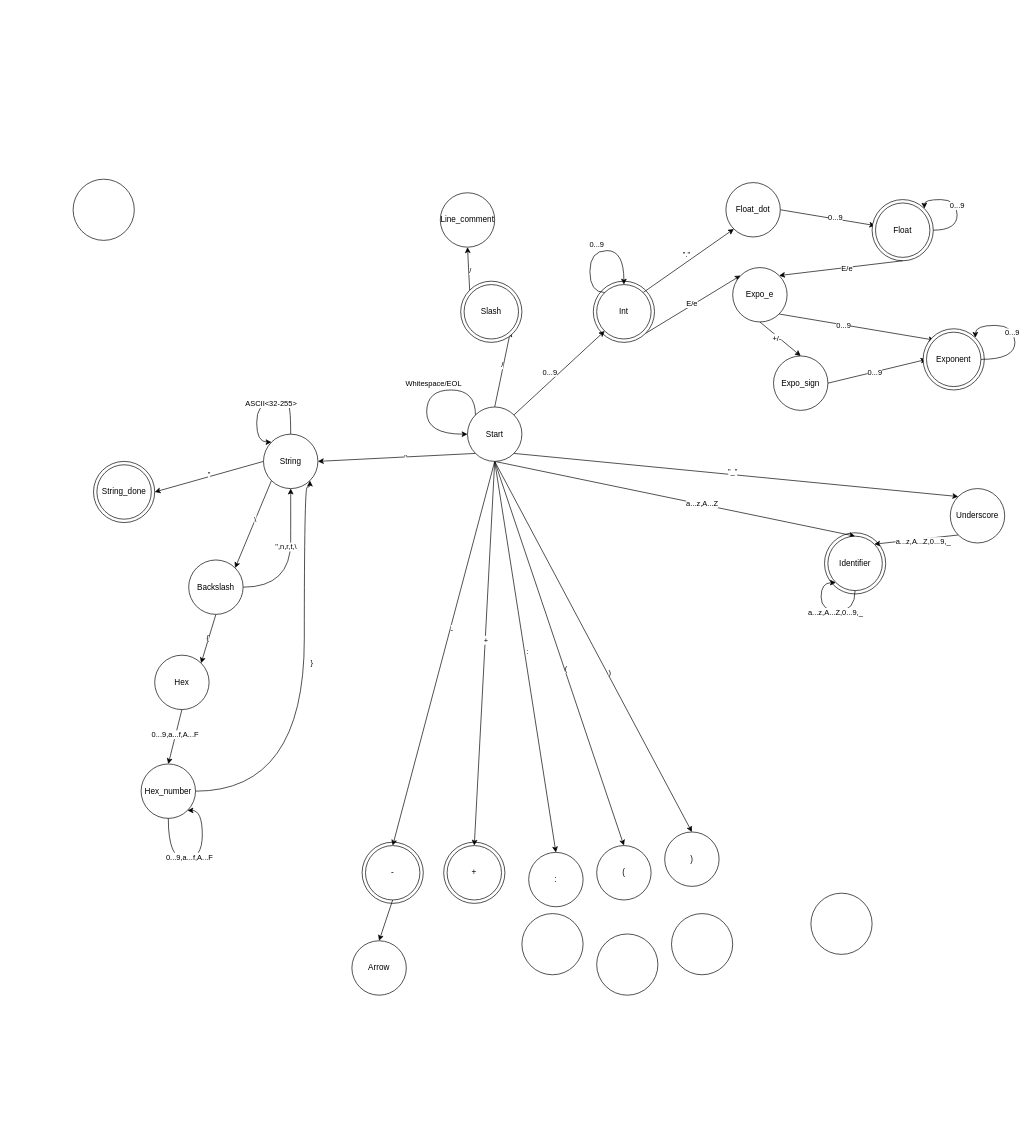
Earlier version of the draw.io diagram scanner-FSM.drawio (suchnamemuchuser/ifj_own). Source tidied: cells renumbered, new cells numbered last; positions are measured from the earlier drawing's top-left corner, leaving out a move shared by most shapes. Both pictures are drawn from the tidied source at 68%, with x=0, y=0 at pixel (73, 179).
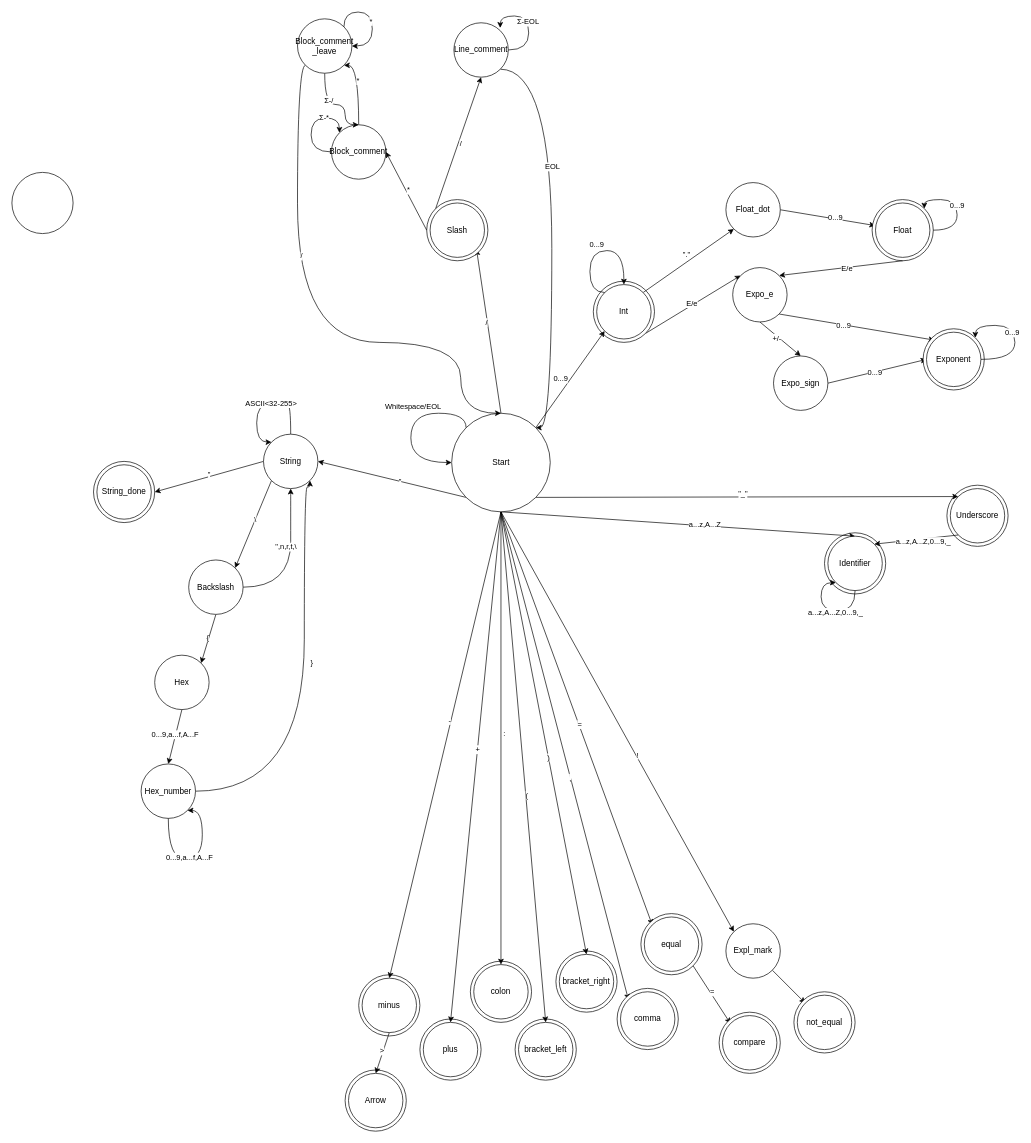
After the change.

Unchanged cells that the change refers to:
```xml
<mxCell id="19" style="rounded=0;jettySize=auto;html=1;exitX=0.5;exitY=1;exitDx=0;exitDy=0;entryX=0.5;entryY=0;entryDx=0;entryDy=0;" parent="1" edge="1" source="29" target="98">
  <mxGeometry relative="1" as="geometry" />
</mxCell>
<mxCell id="23" style="rounded=0;jettySize=auto;html=1;exitX=0.5;exitY=1;exitDx=0;exitDy=0;entryX=0.5;entryY=0;entryDx=0;entryDy=0;" parent="1" edge="1" source="29" target="94">
  <mxGeometry relative="1" as="geometry" />
</mxCell>
<mxCell id="25" style="rounded=0;jettySize=auto;html=1;exitX=0.5;exitY=1;exitDx=0;exitDy=0;entryX=0.5;entryY=0;entryDx=0;entryDy=0;" parent="1" edge="1" source="29" target="95">
  <mxGeometry relative="1" as="geometry" />
</mxCell>
<mxCell id="27" style="rounded=0;jettySize=auto;html=1;exitX=0.5;exitY=1;exitDx=0;exitDy=0;entryX=0.5;entryY=0;entryDx=0;entryDy=0;" parent="1" edge="1" source="29" target="96">
  <mxGeometry relative="1" as="geometry" />
</mxCell>
<mxCell id="89" style="ellipse;whiteSpace=wrap;html=1;" parent="88" vertex="1">
  <mxGeometry width="90" height="90" as="geometry" />
</mxCell>
<mxCell id="97" style="rounded=0;jettySize=auto;html=1;exitX=0.5;exitY=1;exitDx=0;exitDy=0;entryX=0.5;entryY=0;entryDx=0;entryDy=0;" parent="1" edge="1" source="98" target="100">
  <mxGeometry relative="1" as="geometry" />
</mxCell>
```

Change to the diagram source:
```diff
@@
+    <mxCell id="105" style="ellipse;whiteSpace=wrap;html=1;" parent="1" vertex="1">
+      <mxGeometry x="1285" y="450" width="90" height="90" as="geometry" />
+    </mxCell>
+    <mxCell id="101" style="ellipse;whiteSpace=wrap;html=1;" parent="1" vertex="1">
+      <mxGeometry x="400" y="1310" width="90" height="90" as="geometry" />
+    </mxCell>
+    <mxCell id="103" style="ellipse;whiteSpace=wrap;html=1;" parent="1" vertex="1">
+      <mxGeometry x="710" y="1135" width="90" height="90" as="geometry" />
+    </mxCell>
+    <mxCell id="104" style="ellipse;whiteSpace=wrap;html=1;" parent="1" vertex="1">
+      <mxGeometry x="650" y="1235" width="90" height="90" as="geometry" />
+    </mxCell>
+    <mxCell id="102" style="ellipse;whiteSpace=wrap;html=1;" parent="1" vertex="1">
+      <mxGeometry x="584.2" y="1150" width="90" height="90" as="geometry" />
+    </mxCell>
     <mxCell id="2" style="ellipse;whiteSpace=wrap;html=1;" parent="1" vertex="1">
-      <mxGeometry x="545" y="975" width="90" height="90" as="geometry" />
+      <mxGeometry x="510" y="1235" width="90" height="90" as="geometry" />
     </mxCell>
     <mxCell id="3" style="ellipse;whiteSpace=wrap;html=1;" parent="1" vertex="1">
-      <mxGeometry x="425" y="975" width="90" height="90" as="geometry" />
+      <mxGeometry x="420" y="1170" width="90" height="90" as="geometry" />
     </mxCell>
@@
     <mxCell id="5" style="ellipse;whiteSpace=wrap;html=1;" parent="1" vertex="1">
-      <mxGeometry width="90" height="90" as="geometry" />
+      <mxGeometry x="-90" y="-10" width="90" height="90" as="geometry" />
     </mxCell>
@@
     <mxCell id="20" value="-" style="edgeLabel;html=1;align=center;verticalAlign=middle;" parent="19" vertex="1">
-      <mxGeometry x="-0.13" y="2" relative="1" as="geometry" />
+      <mxGeometry x="-0.13" y="2" relative="1" as="geometry">
+        <mxPoint x="-6" y="7" as="offset" />
+      </mxGeometry>
     </mxCell>
@@
     <mxCell id="24" value=":" style="edgeLabel;html=1;align=center;verticalAlign=middle;" parent="23" vertex="1">
       <mxGeometry x="-0.08" y="-3" relative="1" as="geometry">
-        <mxPoint x="9" y="14" as="offset" />
+        <mxPoint x="7" y="20" as="offset" />
       </mxGeometry>
     </mxCell>
@@
     <mxCell id="26" value="(" style="edgeLabel;html=1;align=center;verticalAlign=middle;" parent="25" vertex="1">
-      <mxGeometry x="0.08" y="2" relative="1" as="geometry" />
+      <mxGeometry x="0.08" y="2" relative="1" as="geometry">
+        <mxPoint y="11" as="offset" />
+      </mxGeometry>
     </mxCell>
+    <mxCell id="106" style="rounded=0;jettySize=auto;html=1;exitX=0.5;exitY=1;exitDx=0;exitDy=0;entryX=0;entryY=0;entryDx=0;entryDy=0;" parent="1" edge="1" source="29" target="132">
+      <mxGeometry relative="1" as="geometry" />
+    </mxCell>
+    <mxCell id="107" value="," style="edgeLabel;html=1;align=center;verticalAlign=middle;" parent="106" vertex="1">
+      <mxGeometry x="0.09" y="-1" relative="1" as="geometry" />
+    </mxCell>
+    <mxCell id="108" style="rounded=0;jettySize=auto;html=1;exitX=0.5;exitY=1;exitDx=0;exitDy=0;entryX=0;entryY=0;entryDx=0;entryDy=0;" parent="1" edge="1" source="29" target="136">
+      <mxGeometry relative="1" as="geometry" />
+    </mxCell>
+    <mxCell id="109" value="=" style="edgeLabel;html=1;align=center;verticalAlign=middle;" parent="108" vertex="1">
+      <mxGeometry x="0.03" y="1" relative="1" as="geometry" />
+    </mxCell>
@@
     <mxCell id="28" value=")" style="edgeLabel;html=1;align=center;verticalAlign=middle;" parent="27" vertex="1">
-      <mxGeometry x="0.14" y="2" relative="1" as="geometry">
-        <mxPoint x="1" as="offset" />
-      </mxGeometry>
+      <mxGeometry x="0.11" y="-1" relative="1" as="geometry" />
     </mxCell>
+    <mxCell id="110" style="rounded=0;jettySize=auto;html=1;exitX=0.5;exitY=1;exitDx=0;exitDy=0;entryX=0;entryY=0;entryDx=0;entryDy=0;" parent="1" edge="1" source="29" target="140">
+      <mxGeometry relative="1" as="geometry" />
+    </mxCell>
+    <mxCell id="111" value="!" style="edgeLabel;html=1;align=center;verticalAlign=middle;" parent="110" vertex="1">
+      <mxGeometry x="0.16" y="2" relative="1" as="geometry" />
+    </mxCell>
     <mxCell id="29" value="Start" style="ellipse;whiteSpace=wrap;html=1;" parent="1" vertex="1">
-      <mxGeometry x="580" y="335" width="80" height="80" as="geometry" />
+      <mxGeometry x="556.7" y="344.2" width="145" height="145" as="geometry" />
     </mxCell>
@@
     <mxCell id="50" style="edgeStyle=orthogonalEdgeStyle;rounded=0;orthogonalLoop=1;jettySize=auto;html=1;exitX=0;exitY=0;exitDx=0;exitDy=0;entryX=0;entryY=0.5;entryDx=0;entryDy=0;curved=1;" parent="1" edge="1" source="29" target="29">
       <mxGeometry relative="1" as="geometry">
         <Array as="points">
-          <mxPoint x="592" y="310" />
-          <mxPoint x="520" y="310" />
-          <mxPoint x="520" y="375" />
+          <mxPoint x="577.7" y="344.2" />
+          <mxPoint x="496.7" y="344.2" />
+          <mxPoint x="496.7" y="417.2" />
         </Array>
       </mxGeometry>
     </mxCell>
@@
     <mxCell id="88" style="group;" parent="1" vertex="1">
-      <mxGeometry x="570" y="150" width="90" height="90" as="geometry" />
+      <mxGeometry x="520" y="30" width="90" height="90" as="geometry" />
     </mxCell>
@@
+    <mxCell id="112" style="edgeStyle=orthogonalEdgeStyle;rounded=0;jettySize=auto;html=1;exitX=1;exitY=1;exitDx=0;exitDy=0;entryX=1;entryY=0;entryDx=0;entryDy=0;curved=1;" parent="1" edge="1" source="91" target="29">
+      <mxGeometry relative="1" as="geometry">
+        <Array as="points">
+          <mxPoint x="704" y="-162" />
+        </Array>
+      </mxGeometry>
+    </mxCell>
+    <mxCell id="113" value="EOL" style="edgeLabel;html=1;align=center;verticalAlign=middle;" parent="112" vertex="1">
+      <mxGeometry x="-0.3" relative="1" as="geometry" />
+    </mxCell>
     <mxCell id="91" value="Line_comment" style="ellipse;whiteSpace=wrap;html=1;" parent="1" vertex="1">
-      <mxGeometry x="540" y="20" width="80" height="80" as="geometry" />
+      <mxGeometry x="560" y="-230" width="80" height="80" as="geometry" />
     </mxCell>
@@
-    <mxCell id="94" value=":" style="ellipse;whiteSpace=wrap;html=1;" parent="1" vertex="1">
-      <mxGeometry x="670" y="990" width="80" height="80" as="geometry" />
+    <mxCell id="94" value="colon" style="ellipse;whiteSpace=wrap;html=1;" parent="1" vertex="1">
+      <mxGeometry x="589.2" y="1155" width="80" height="80" as="geometry" />
     </mxCell>
-    <mxCell id="95" value="(" style="ellipse;whiteSpace=wrap;html=1;" parent="1" vertex="1">
-      <mxGeometry x="770" y="980" width="80" height="80" as="geometry" />
+    <mxCell id="95" value="bracket_left" style="ellipse;whiteSpace=wrap;html=1;" parent="1" vertex="1">
+      <mxGeometry x="655" y="1240" width="80" height="80" as="geometry" />
     </mxCell>
-    <mxCell id="96" value=")" style="ellipse;whiteSpace=wrap;html=1;" parent="1" vertex="1">
-      <mxGeometry x="870" y="960" width="80" height="80" as="geometry" />
+    <mxCell id="96" value="bracket_right" style="ellipse;whiteSpace=wrap;html=1;" parent="1" vertex="1">
+      <mxGeometry x="715" y="1140" width="80" height="80" as="geometry" />
     </mxCell>
@@
+    <mxCell id="114" value="&amp;gt;" style="edgeLabel;html=1;align=center;verticalAlign=middle;" parent="97" vertex="1">
+      <mxGeometry x="-0.09" y="-2" relative="1" as="geometry" />
+    </mxCell>
-    <mxCell id="98" value="-" style="ellipse;whiteSpace=wrap;html=1;" parent="1" vertex="1">
-      <mxGeometry x="430" y="980" width="80" height="80" as="geometry" />
+    <mxCell id="98" value="minus" style="ellipse;whiteSpace=wrap;html=1;" parent="1" vertex="1">
+      <mxGeometry x="425" y="1175" width="80" height="80" as="geometry" />
     </mxCell>
-    <mxCell id="99" value="+" style="ellipse;whiteSpace=wrap;html=1;" parent="1" vertex="1">
-      <mxGeometry x="550" y="980" width="80" height="80" as="geometry" />
+    <mxCell id="99" value="plus" style="ellipse;whiteSpace=wrap;html=1;" parent="1" vertex="1">
+      <mxGeometry x="515" y="1240" width="80" height="80" as="geometry" />
     </mxCell>
     <mxCell id="100" value="Arrow" style="ellipse;whiteSpace=wrap;html=1;" parent="1" vertex="1">
-      <mxGeometry x="410" y="1120" width="80" height="80" as="geometry" />
+      <mxGeometry x="405" y="1315" width="80" height="80" as="geometry" />
     </mxCell>
-    <mxCell id="101" style="ellipse;whiteSpace=wrap;html=1;" parent="1" vertex="1">
-      <mxGeometry x="1085" y="1050" width="90" height="90" as="geometry" />
-    </mxCell>
-    <mxCell id="102" style="ellipse;whiteSpace=wrap;html=1;" parent="1" vertex="1">
-      <mxGeometry x="660" y="1080" width="90" height="90" as="geometry" />
-    </mxCell>
-    <mxCell id="103" style="ellipse;whiteSpace=wrap;html=1;" parent="1" vertex="1">
-      <mxGeometry x="880" y="1080" width="90" height="90" as="geometry" />
-    </mxCell>
-    <mxCell id="104" style="ellipse;whiteSpace=wrap;html=1;" parent="1" vertex="1">
-      <mxGeometry x="770" y="1110" width="90" height="90" as="geometry" />
-    </mxCell>
+    <mxCell id="115" style="edgeStyle=orthogonalEdgeStyle;rounded=0;orthogonalLoop=1;jettySize=auto;html=1;exitX=1;exitY=0.5;exitDx=0;exitDy=0;entryX=0.851;entryY=0.094;entryDx=0;entryDy=0;entryPerimeter=0;curved=1;" parent="1" edge="1" source="91" target="91">
+      <mxGeometry relative="1" as="geometry">
+        <Array as="points">
+          <mxPoint x="670" y="-190" />
+          <mxPoint x="670" y="-240" />
+          <mxPoint x="628" y="-240" />
+        </Array>
+      </mxGeometry>
+    </mxCell>
+    <mxCell id="116" value="Σ-EOL" style="edgeLabel;html=1;align=center;verticalAlign=middle;" parent="115" vertex="1">
+      <mxGeometry x="0.03" y="2" relative="1" as="geometry" />
+    </mxCell>
+    <mxCell id="117" style="rounded=0;jettySize=auto;html=1;exitX=0.5;exitY=0;exitDx=0;exitDy=0;entryX=1;entryY=1;entryDx=0;entryDy=0;edgeStyle=orthogonalEdgeStyle;curved=1;" parent="1" edge="1" source="119" target="126">
+      <mxGeometry relative="1" as="geometry">
+        <Array as="points">
+          <mxPoint x="420" y="-168" />
+        </Array>
+      </mxGeometry>
+    </mxCell>
+    <mxCell id="118" value="*" style="edgeLabel;html=1;align=center;verticalAlign=middle;" parent="117" vertex="1">
+      <mxGeometry x="0.2" y="2" relative="1" as="geometry" />
+    </mxCell>
+    <mxCell id="119" value="Block_comment" style="ellipse;whiteSpace=wrap;html=1;" parent="1" vertex="1">
+      <mxGeometry x="380" y="-80" width="80" height="80" as="geometry" />
+    </mxCell>
+    <mxCell id="120" style="rounded=0;jettySize=auto;html=1;exitX=0;exitY=0.5;exitDx=0;exitDy=0;entryX=1;entryY=0.5;entryDx=0;entryDy=0;" parent="1" edge="1" source="89" target="119">
+      <mxGeometry relative="1" as="geometry" />
+    </mxCell>
+    <mxCell id="121" value="*" style="edgeLabel;html=1;align=center;verticalAlign=middle;" parent="120" vertex="1">
+      <mxGeometry y="-3" relative="1" as="geometry" />
+    </mxCell>
+    <mxCell id="122" style="edgeStyle=orthogonalEdgeStyle;rounded=0;jettySize=auto;html=1;exitX=0.5;exitY=1;exitDx=0;exitDy=0;entryX=0.5;entryY=0;entryDx=0;entryDy=0;curved=1;" parent="1" edge="1" source="126" target="119">
+      <mxGeometry relative="1" as="geometry">
+        <Array as="points">
+          <mxPoint x="370" y="-110" />
+          <mxPoint x="400" y="-110" />
+          <mxPoint x="400" y="-80" />
+        </Array>
+      </mxGeometry>
+    </mxCell>
+    <mxCell id="123" value="Σ-/" style="edgeLabel;html=1;align=center;verticalAlign=middle;" parent="122" vertex="1">
+      <mxGeometry x="-0.38" y="5" relative="1" as="geometry" />
+    </mxCell>
+    <mxCell id="124" style="edgeStyle=orthogonalEdgeStyle;rounded=0;jettySize=auto;html=1;exitX=0;exitY=1;exitDx=0;exitDy=0;entryX=0.5;entryY=0;entryDx=0;entryDy=0;curved=1;" parent="1" edge="1" source="126" target="29">
+      <mxGeometry relative="1" as="geometry">
+        <Array as="points">
+          <mxPoint x="330" y="-168" />
+          <mxPoint x="330" y="240" />
+          <mxPoint x="570" y="240" />
+          <mxPoint x="570" y="344" />
+        </Array>
+      </mxGeometry>
+    </mxCell>
+    <mxCell id="125" value="/" style="edgeLabel;html=1;align=center;verticalAlign=middle;" parent="124" vertex="1">
+      <mxGeometry x="-0.29" y="5" relative="1" as="geometry" />
+    </mxCell>
+    <mxCell id="126" value="Block_comment&lt;br&gt;_leave" style="ellipse;whiteSpace=wrap;html=1;" parent="1" vertex="1">
+      <mxGeometry x="330" y="-235.8" width="80" height="80" as="geometry" />
+    </mxCell>
+    <mxCell id="127" style="edgeStyle=orthogonalEdgeStyle;rounded=0;orthogonalLoop=1;jettySize=auto;html=1;exitX=0;exitY=0.5;exitDx=0;exitDy=0;entryX=0;entryY=0;entryDx=0;entryDy=0;curved=1;" parent="1" edge="1" source="119" target="119">
+      <mxGeometry relative="1" as="geometry">
+        <Array as="points">
+          <mxPoint x="350" y="-40" />
+          <mxPoint x="350" y="-90" />
+          <mxPoint x="392" y="-90" />
+        </Array>
+      </mxGeometry>
+    </mxCell>
+    <mxCell id="128" value="Σ-*" style="edgeLabel;html=1;align=center;verticalAlign=middle;" parent="127" vertex="1">
+      <mxGeometry x="0.36" y="1" relative="1" as="geometry" />
+    </mxCell>
+    <mxCell id="129" style="edgeStyle=orthogonalEdgeStyle;rounded=0;orthogonalLoop=1;jettySize=auto;html=1;exitX=1;exitY=0;exitDx=0;exitDy=0;entryX=1;entryY=0.5;entryDx=0;entryDy=0;curved=1;" parent="1" edge="1" source="126" target="126">
+      <mxGeometry relative="1" as="geometry">
+        <Array as="points">
+          <mxPoint x="398" y="-245.8" />
+          <mxPoint x="440" y="-245.8" />
+          <mxPoint x="440" y="-195.8" />
+        </Array>
+      </mxGeometry>
+    </mxCell>
+    <mxCell id="130" value="*" style="edgeLabel;html=1;align=center;verticalAlign=middle;" parent="129" vertex="1">
+      <mxGeometry x="0.08" y="-3" relative="1" as="geometry" />
+    </mxCell>
+    <mxCell id="131" style="ellipse;whiteSpace=wrap;html=1;" parent="1" vertex="1">
+      <mxGeometry x="800" y="1190" width="90" height="90" as="geometry" />
+    </mxCell>
+    <mxCell id="132" value="comma" style="ellipse;whiteSpace=wrap;html=1;" parent="1" vertex="1">
+      <mxGeometry x="805" y="1195" width="80" height="80" as="geometry" />
+    </mxCell>
+    <mxCell id="133" style="rounded=0;jettySize=auto;html=1;exitX=1;exitY=1;exitDx=0;exitDy=0;entryX=0;entryY=0;entryDx=0;entryDy=0;" parent="1" edge="1" source="135" target="138">
+      <mxGeometry relative="1" as="geometry" />
+    </mxCell>
+    <mxCell id="134" value="=" style="edgeLabel;html=1;align=center;verticalAlign=middle;" parent="133" vertex="1">
+      <mxGeometry x="-0.07" y="3" relative="1" as="geometry" />
+    </mxCell>
+    <mxCell id="135" style="ellipse;whiteSpace=wrap;html=1;" parent="1" vertex="1">
+      <mxGeometry x="835" y="1080" width="90" height="90" as="geometry" />
+    </mxCell>
+    <mxCell id="136" value="equal" style="ellipse;whiteSpace=wrap;html=1;" parent="1" vertex="1">
+      <mxGeometry x="840" y="1085" width="80" height="80" as="geometry" />
+    </mxCell>
+    <mxCell id="137" style="ellipse;whiteSpace=wrap;html=1;" parent="1" vertex="1">
+      <mxGeometry x="950" y="1225" width="90" height="90" as="geometry" />
+    </mxCell>
+    <mxCell id="138" value="compare" style="ellipse;whiteSpace=wrap;html=1;" parent="1" vertex="1">
+      <mxGeometry x="955" y="1230" width="80" height="80" as="geometry" />
+    </mxCell>
+    <mxCell id="139" style="rounded=0;jettySize=auto;html=1;exitX=1;exitY=1;exitDx=0;exitDy=0;entryX=0;entryY=0;entryDx=0;entryDy=0;" parent="1" edge="1" source="140" target="142">
+      <mxGeometry relative="1" as="geometry" />
+    </mxCell>
+    <mxCell id="140" value="Expl_mark" style="ellipse;whiteSpace=wrap;html=1;" parent="1" vertex="1">
+      <mxGeometry x="960" y="1095" width="80" height="80" as="geometry" />
+    </mxCell>
+    <mxCell id="141" style="ellipse;whiteSpace=wrap;html=1;" parent="1" vertex="1">
+      <mxGeometry x="1060" y="1195" width="90" height="90" as="geometry" />
+    </mxCell>
+    <mxCell id="142" value="not_equal" style="ellipse;whiteSpace=wrap;html=1;" parent="1" vertex="1">
+      <mxGeometry x="1065" y="1200" width="80" height="80" as="geometry" />
+    </mxCell>
```
